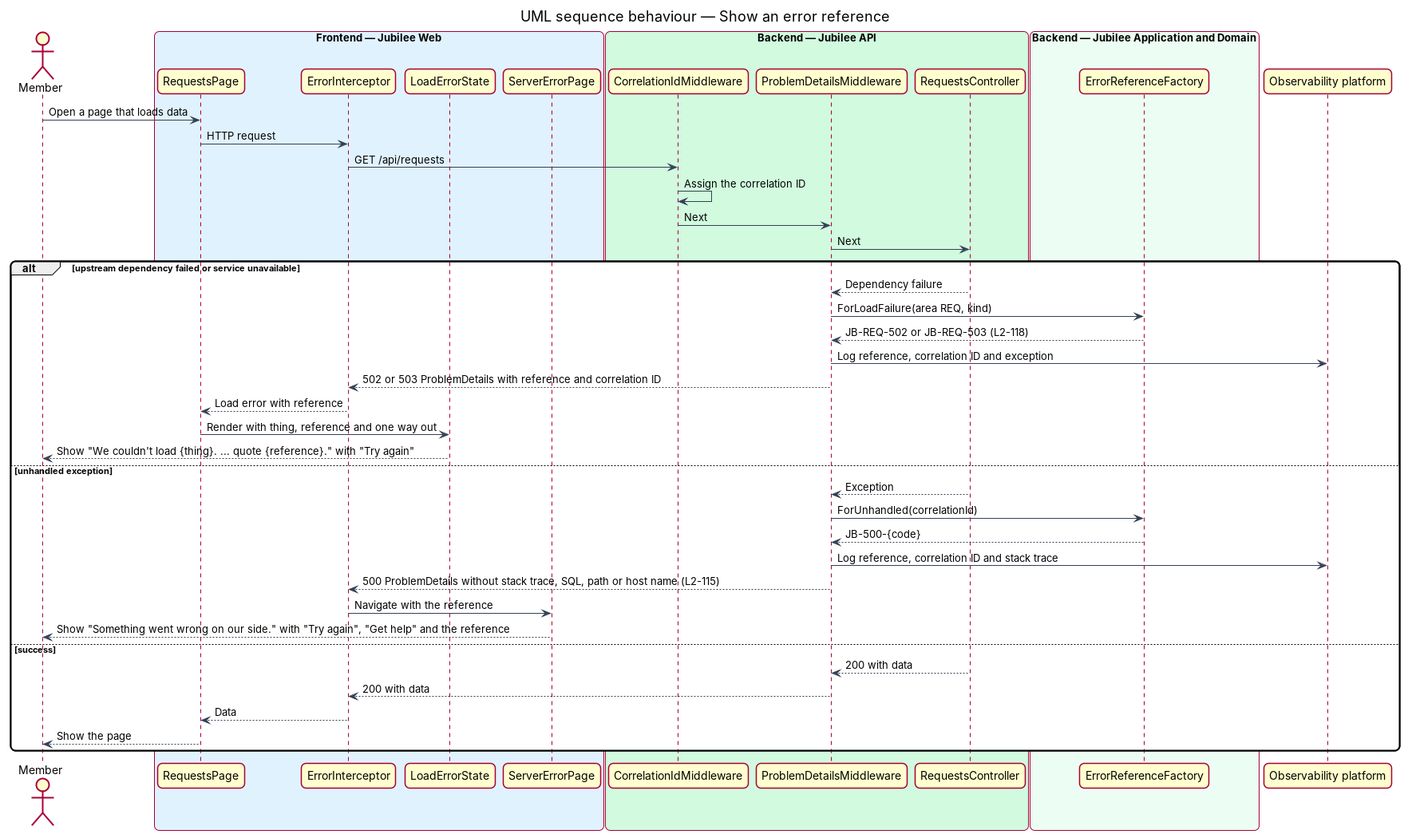
The PlantUML diagram docs/detailed-designs/system-pages/show-error-pages/diagrams/sequence-error-reference.png in QuinntyneBrown/jubilee, before a commit. Its source is kept beside it as docs/detailed-designs/system-pages/show-error-pages/diagrams/sequence-error-reference.puml.
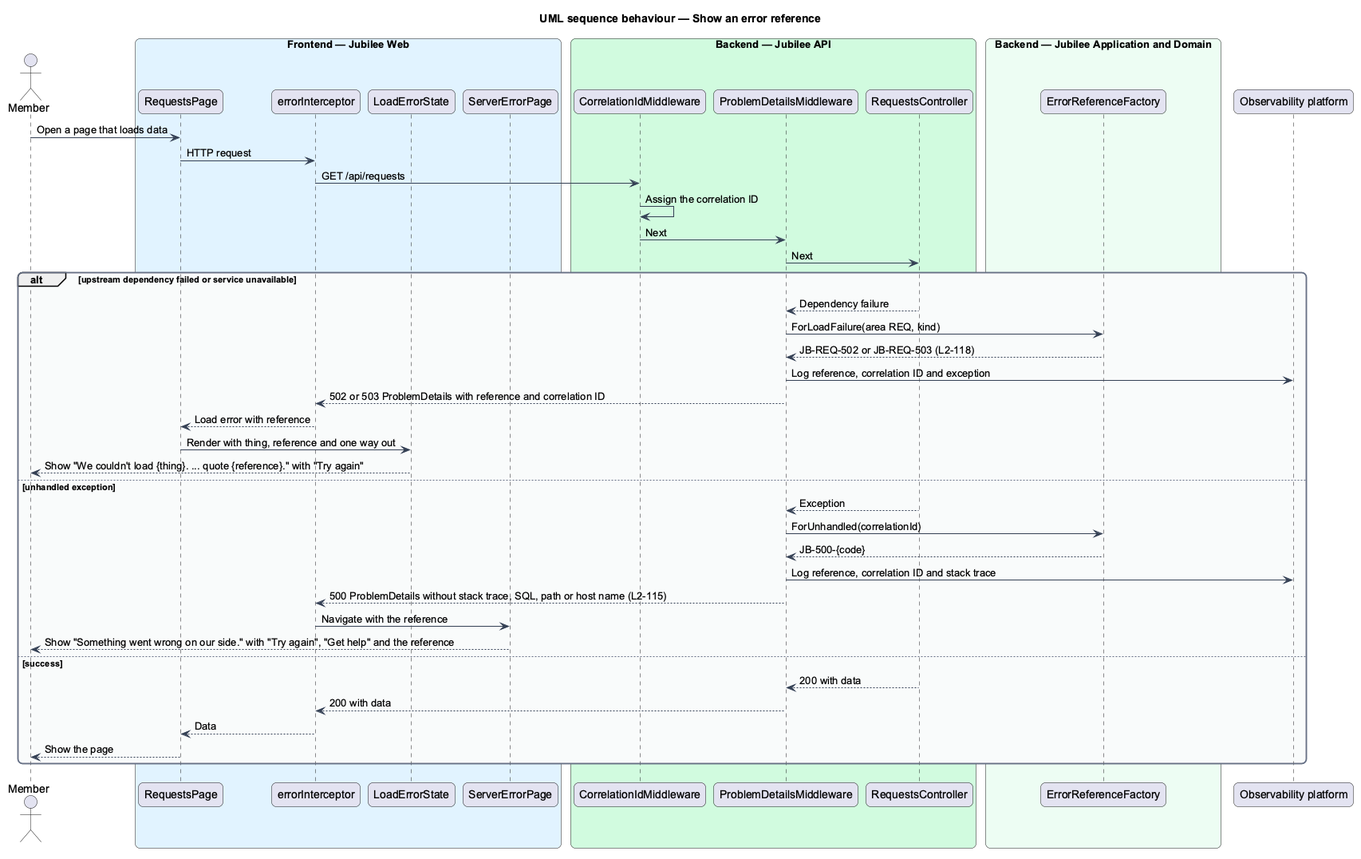
Later version of the same file.

The edit, as a diff of the source:
```diff
@@ -17,7 +17,7 @@
 actor "Member" as actor
 box "Frontend — Jubilee Web" #E0F2FE
   participant "RequestsPage" as page
-  participant "ErrorInterceptor" as interceptor
+  participant "errorInterceptor" as interceptor
   participant "LoadErrorState" as state
   participant "ServerErrorPage" as serverpage
 end box
```
